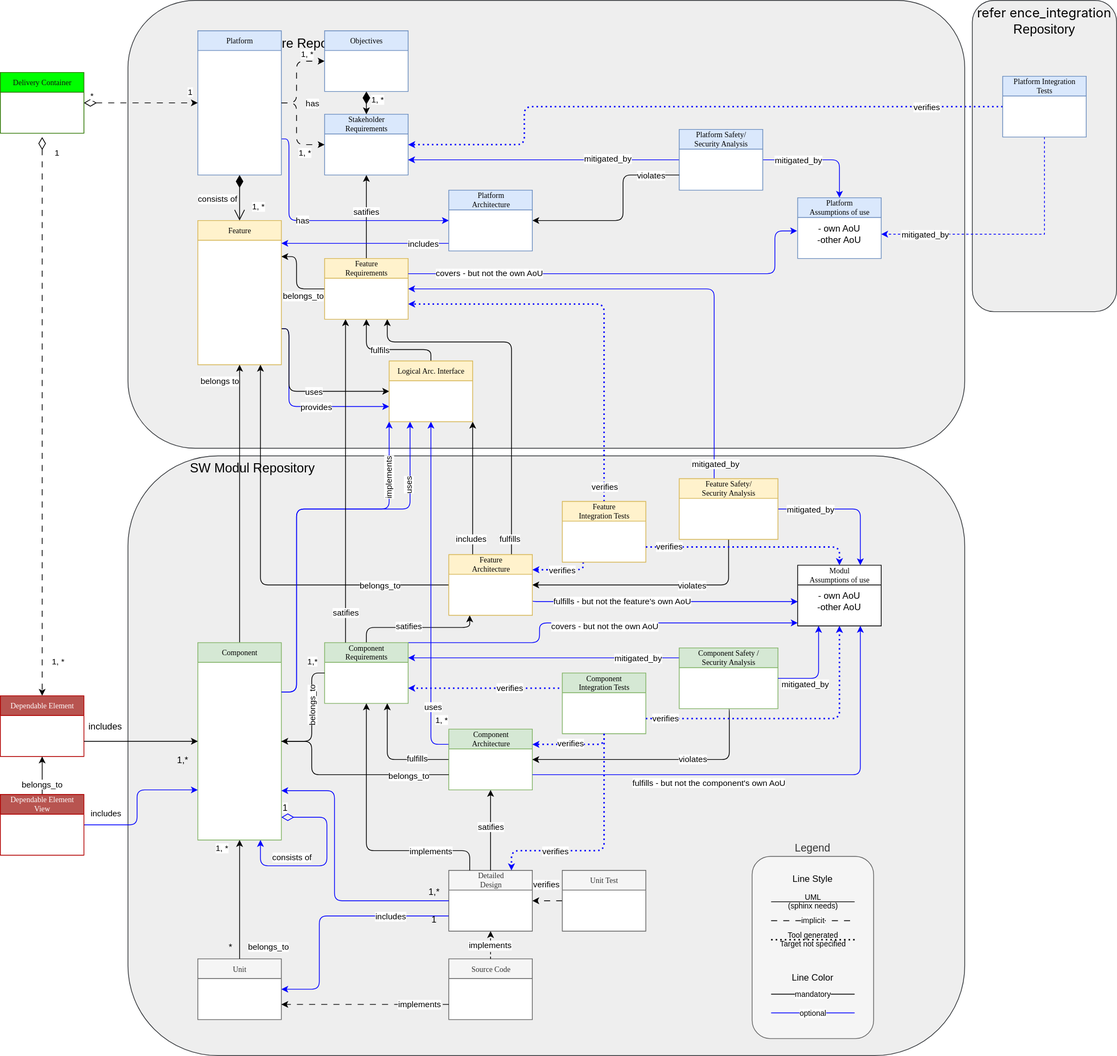
Above: docs/design_decisions/_assets/DR-001-proc-new_score_building_blocks_meta_model.drawio.svg in eclipse-score/score (draw.io), before the change. Source tidied: cells renumbered, new cells last; positions are measured from the earlier drawing's top-left corner, leaving out a move shared by most shapes.
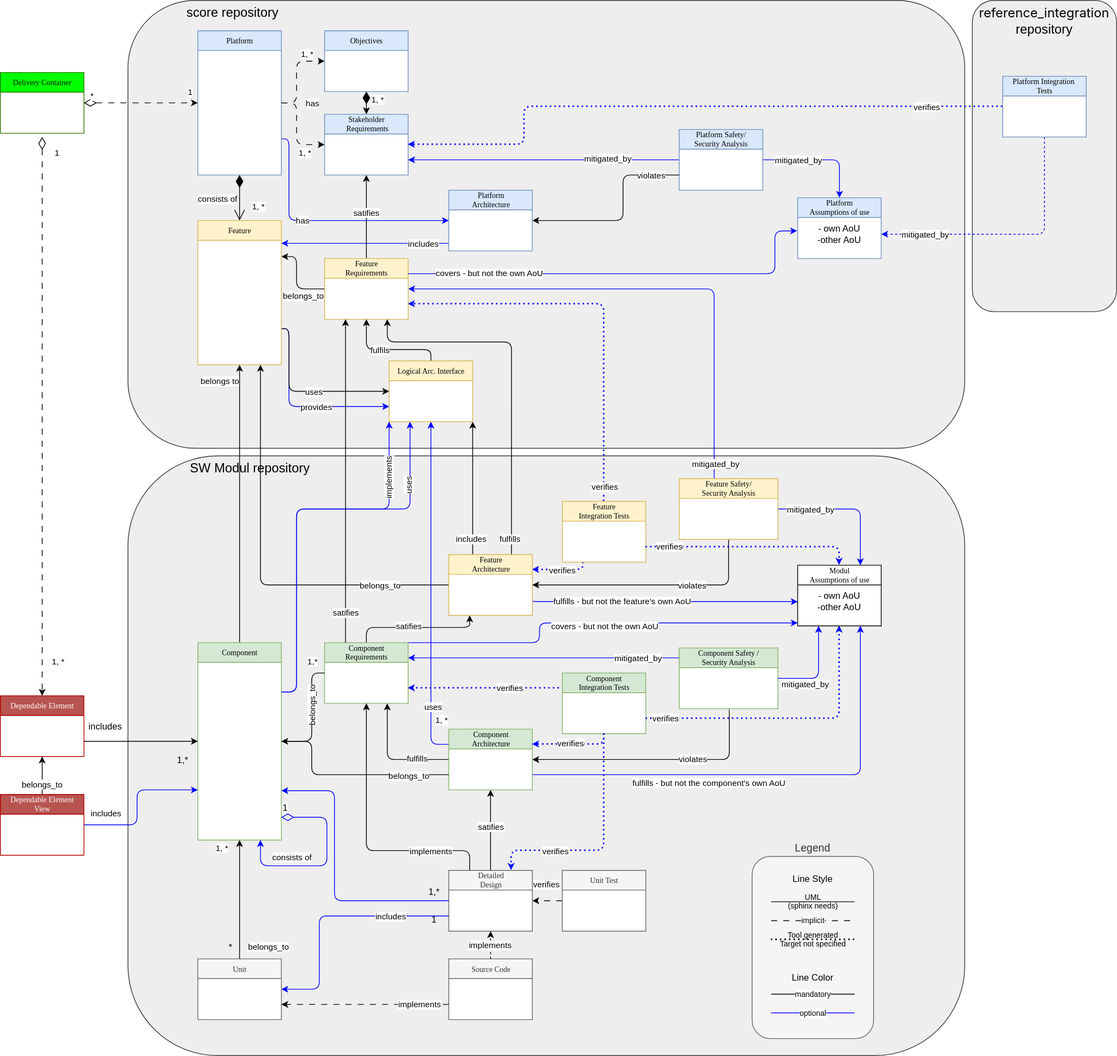
After the change.

Commit message:
process: rework due to review finding

Diff of the diagram source:
```diff
@@ -2,13 +2,13 @@
   <root>
     <mxCell id="0" />
     <mxCell id="1" parent="0" />
-    <mxCell id="2" value="&lt;div style=&quot;&quot;&gt;&lt;h4 class=&quot;Title-module__heading__tHuYV ReposListItem-module__DefaultItemTitle__n3lDr&quot; style=&quot;background-color: transparent; color: light-dark(rgb(0, 0, 0), rgb(255, 255, 255)); text-decoration-thickness: auto; text-decoration-style: solid; box-sizing: border-box; margin-top: 0px; margin-bottom: 0px; font-weight: 400; max-width: 100%; text-overflow: ellipsis; flex-shrink: 1; justify-content: space-between; display: inline; overflow: hidden; padding-left: 0px; caret-color: rgb(240, 246, 252);&quot;&gt;&lt;font style=&quot;font-size: 17px; color: rgb(0, 0, 0);&quot;&gt;&lt;span style=&quot;box-sizing: border-box;&quot;&gt;&lt;span class=&quot;SearchMatchText-module__highlightedText__ATaD0&quot; style=&quot;font-family: -apple-system, BlinkMacSystemFont, &amp;quot;Segoe UI&amp;quot;, &amp;quot;Noto Sans&amp;quot;, Helvetica, Arial, sans-serif, &amp;quot;Apple Color Emoji&amp;quot;, &amp;quot;Segoe UI Emoji&amp;quot;; caret-color: rgb(240, 246, 252); text-wrap-mode: nowrap; box-sizing: border-box; background-color: rgba(0, 0, 0, 0);&quot;&gt;refer&lt;/span&gt;&lt;font face=&quot;-apple-system, BlinkMacSystemFont, Segoe UI, Noto Sans, Helvetica, Arial, sans-serif, Apple Color Emoji, Segoe UI Emoji&quot;&gt;&lt;span style=&quot;caret-color: rgb(240, 246, 252); text-wrap-mode: nowrap;&quot;&gt;ence_integration&lt;/span&gt;&lt;/font&gt;&lt;font face=&quot;-apple-system, system-ui, Segoe UI, Noto Sans, Helvetica, Arial, sans-serif, Apple Color Emoji, Segoe UI Emoji&quot;&gt;&lt;span style=&quot;caret-color: rgb(240, 246, 252); text-wrap-mode: nowrap;&quot;&gt;&lt;br&gt;&lt;/span&gt;&lt;/font&gt;&lt;/span&gt;&lt;/font&gt;&lt;/h4&gt;&lt;span style=&quot;background-color: transparent; color: light-dark(rgb(0, 0, 0), rgb(255, 255, 255)); font-size: 17px;&quot;&gt;Repository&lt;/span&gt;&lt;/div&gt;" style="rounded=1;whiteSpace=wrap;html=1;fillColor=#eeeeee;strokeColor=#36393d;verticalAlign=top;align=center;" parent="1" vertex="1">
+    <mxCell id="2" value="&lt;div style=&quot;&quot;&gt;&lt;h4 class=&quot;Title-module__heading__tHuYV ReposListItem-module__DefaultItemTitle__n3lDr&quot; style=&quot;color: light-dark(rgb(0, 0, 0), rgb(255, 255, 255)); background-color: transparent; text-decoration-thickness: auto; text-decoration-style: solid; box-sizing: border-box; margin-top: 0px; margin-bottom: 0px; font-weight: 400; max-width: 100%; text-overflow: ellipsis; flex-shrink: 1; justify-content: space-between; display: inline; overflow: hidden; padding-left: 0px; caret-color: rgb(240, 246, 252);&quot;&gt;&lt;font style=&quot;font-size: 17px; color: rgb(0, 0, 0);&quot;&gt;&lt;span style=&quot;box-sizing: border-box;&quot;&gt;&lt;span class=&quot;SearchMatchText-module__highlightedText__ATaD0&quot; style=&quot;font-family: -apple-system, BlinkMacSystemFont, &amp;quot;Segoe UI&amp;quot;, &amp;quot;Noto Sans&amp;quot;, Helvetica, Arial, sans-serif, &amp;quot;Apple Color Emoji&amp;quot;, &amp;quot;Segoe UI Emoji&amp;quot;; text-wrap-mode: nowrap; box-sizing: border-box; background-color: rgba(0, 0, 0, 0); caret-color: rgb(240, 246, 252);&quot;&gt;refer&lt;/span&gt;&lt;font face=&quot;-apple-system, BlinkMacSystemFont, Segoe UI, Noto Sans, Helvetica, Arial, sans-serif, Apple Color Emoji, Segoe UI Emoji&quot;&gt;&lt;span style=&quot;text-wrap-mode: nowrap; caret-color: rgb(240, 246, 252);&quot;&gt;ence_integration&lt;/span&gt;&lt;/font&gt;&lt;font face=&quot;-apple-system, system-ui, Segoe UI, Noto Sans, Helvetica, Arial, sans-serif, Apple Color Emoji, Segoe UI Emoji&quot;&gt;&lt;span style=&quot;text-wrap-mode: nowrap; caret-color: rgb(240, 246, 252);&quot;&gt;&lt;br&gt;&lt;/span&gt;&lt;/font&gt;&lt;/span&gt;&lt;/font&gt;&lt;/h4&gt;&lt;span style=&quot;color: light-dark(rgb(0, 0, 0), rgb(255, 255, 255)); background-color: transparent; font-size: 17px;&quot;&gt;repository&lt;/span&gt;&lt;/div&gt;" style="rounded=1;whiteSpace=wrap;html=1;fillColor=#eeeeee;strokeColor=#36393d;verticalAlign=top;align=center;" parent="1" vertex="1">
       <mxGeometry x="1280" width="190" height="410" as="geometry" />
     </mxCell>
-    <mxCell id="3" value="&lt;blockquote style=&quot;margin: 0 0 0 40px; border: none; padding: 0px;&quot;&gt;&lt;blockquote style=&quot;margin: 0 0 0 40px; border: none; padding: 0px;&quot;&gt;SW Modul Repository&lt;/blockquote&gt;&lt;/blockquote&gt;" style="rounded=1;whiteSpace=wrap;html=1;fillColor=#eeeeee;strokeColor=#36393d;align=left;verticalAlign=top;fontSize=17;" parent="1" vertex="1">
+    <mxCell id="3" value="&lt;blockquote style=&quot;margin: 0 0 0 40px; border: none; padding: 0px;&quot;&gt;&lt;blockquote style=&quot;margin: 0 0 0 40px; border: none; padding: 0px;&quot;&gt;SW Modul repository&lt;/blockquote&gt;&lt;/blockquote&gt;" style="rounded=1;whiteSpace=wrap;html=1;fillColor=#eeeeee;strokeColor=#36393d;align=left;verticalAlign=top;fontSize=17;" parent="1" vertex="1">
       <mxGeometry x="168" y="600" width="1102" height="790" as="geometry" />
     </mxCell>
-    <mxCell id="4" value="&lt;span style=&quot;white-space: pre;&quot;&gt;&#9;&lt;/span&gt;&lt;span style=&quot;white-space: pre;&quot;&gt;&#9;&lt;/span&gt;score Repository" style="rounded=1;whiteSpace=wrap;html=1;fillColor=#eeeeee;strokeColor=#36393d;align=left;verticalAlign=top;fontSize=17;" parent="1" vertex="1">
+    <mxCell id="4" value="&lt;span style=&quot;white-space: pre;&quot;&gt;&#9;&lt;/span&gt;&lt;span style=&quot;white-space: pre;&quot;&gt;&#9;&lt;/span&gt;score repository" style="rounded=1;whiteSpace=wrap;html=1;fillColor=#eeeeee;strokeColor=#36393d;align=left;verticalAlign=top;fontSize=17;" parent="1" vertex="1">
       <mxGeometry x="168" width="1102" height="590" as="geometry" />
     </mxCell>
     <mxCell id="5" style="edgeStyle=orthogonalEdgeStyle;rounded=0;jettySize=auto;html=1;dashed=1;entryX=1;entryY=0.5;entryDx=0;entryDy=0;verticalAlign=middle;dashPattern=8 8;" parent="1" edge="1" source="108" target="63">
@@ -428,7 +428,7 @@
     <mxCell id="86" value="verifies" style="edgeLabel;html=1;align=center;verticalAlign=middle;" parent="85" vertex="1">
       <mxGeometry x="-0.76" relative="1" as="geometry" />
     </mxCell>
-    <mxCell id="87" style="edgeStyle=orthogonalEdgeStyle;rounded=0;jettySize=auto;html=1;exitX=0.5;exitY=1;exitDx=0;exitDy=0;entryX=1;entryY=0.5;entryDx=0;entryDy=0;fontColor=#0000FF;strokeColor=#0000FF;dashed=1;" parent="1" edge="1" source="89" target="84">
+    <mxCell id="87" style="edgeStyle=orthogonalEdgeStyle;rounded=1;jettySize=auto;html=1;exitX=0.5;exitY=1;exitDx=0;exitDy=0;entryX=1;entryY=0.5;entryDx=0;entryDy=0;fontColor=#0000FF;strokeColor=#0000FF;dashed=1;curved=0;" parent="1" edge="1" source="89" target="84">
       <mxGeometry relative="1" as="geometry" />
     </mxCell>
     <mxCell id="88" value="mitigated_by" style="edgeLabel;html=1;align=center;verticalAlign=middle;" parent="87" vertex="1">
```
